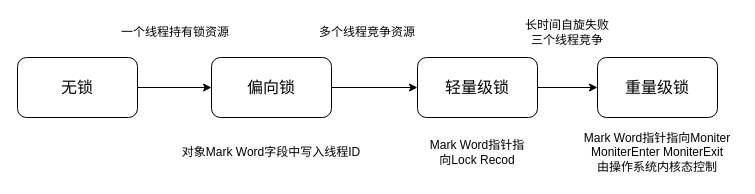
Above: Java锁.drawio in 1155200424/diagrams (draw.io), before the change. Source tidied: cells renumbered, new cells numbered last; positions are measured from the earlier drawing's top-left corner, leaving out a move shared by most shapes. Both pictures are drawn from the tidied source at 100%, with x=0, y=0 at pixel (17, 17).
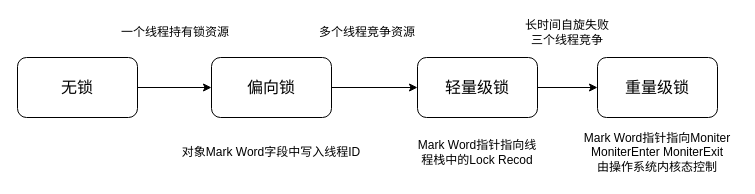
The same page after the edit.

What changed in the source:
```diff
@@
 <mxGraphModel>
   <root>
     <mxCell id="0" />
     <mxCell id="1" parent="0" />
     <mxCell id="2" style="edgeStyle=orthogonalEdgeStyle;rounded=0;jettySize=auto;html=1;exitX=1;exitY=0.5;exitDx=0;exitDy=0;" parent="1" edge="1" source="3" target="5">
       <mxGeometry relative="1" as="geometry" />
     </mxCell>
     <mxCell id="3" value="无锁" style="rounded=1;whiteSpace=wrap;html=1;fontSize=16;" parent="1" vertex="1">
       <mxGeometry y="40" width="120" height="60" as="geometry" />
     </mxCell>
     <mxCell id="4" style="edgeStyle=orthogonalEdgeStyle;rounded=0;jettySize=auto;html=1;exitX=1;exitY=0.5;exitDx=0;exitDy=0;" parent="1" edge="1" source="5" target="7">
       <mxGeometry relative="1" as="geometry" />
     </mxCell>
     <mxCell id="5" value="偏向锁" style="rounded=1;whiteSpace=wrap;html=1;fontSize=16;" parent="1" vertex="1">
       <mxGeometry x="194" y="40" width="120" height="60" as="geometry" />
     </mxCell>
     <mxCell id="6" style="edgeStyle=orthogonalEdgeStyle;rounded=0;jettySize=auto;html=1;exitX=1;exitY=0.5;exitDx=0;exitDy=0;" parent="1" edge="1" source="7" target="8">
       <mxGeometry relative="1" as="geometry" />
     </mxCell>
     <mxCell id="7" value="轻量级锁" style="rounded=1;whiteSpace=wrap;html=1;fontSize=16;" parent="1" vertex="1">
       <mxGeometry x="400" y="40" width="120" height="60" as="geometry" />
     </mxCell>
     <mxCell id="8" value="重量级锁" style="rounded=1;whiteSpace=wrap;html=1;fontSize=16;" parent="1" vertex="1">
       <mxGeometry x="580" y="40" width="120" height="60" as="geometry" />
     </mxCell>
     <mxCell id="9" value="一个线程持有锁资源" style="text;html=1;align=center;verticalAlign=middle;whiteSpace=wrap;rounded=0;" parent="1" vertex="1">
       <mxGeometry x="100" width="116" height="30" as="geometry" />
     </mxCell>
     <mxCell id="10" value="对象Mark Word字段中写入线程ID" style="text;html=1;align=center;verticalAlign=middle;whiteSpace=wrap;rounded=0;" parent="1" vertex="1">
       <mxGeometry x="162" y="120" width="184" height="30" as="geometry" />
     </mxCell>
     <mxCell id="11" value="多个线程竞争资源" style="text;html=1;align=center;verticalAlign=middle;whiteSpace=wrap;rounded=0;" parent="1" vertex="1">
       <mxGeometry x="300" width="100" height="30" as="geometry" />
     </mxCell>
-    <mxCell id="12" value="Mark Word指针指向Lock Recod" style="text;html=1;align=center;verticalAlign=middle;whiteSpace=wrap;rounded=0;" parent="1" vertex="1">
-      <mxGeometry x="410" y="120" width="100" height="30" as="geometry" />
+    <mxCell id="12" value="Mark Word指针指向线程栈中的Lock Recod" style="text;html=1;align=center;verticalAlign=middle;whiteSpace=wrap;rounded=0;" parent="1" vertex="1">
+      <mxGeometry x="395" y="120" width="130" height="30" as="geometry" />
     </mxCell>
     <mxCell id="13" value="长时间自旋失败&lt;div&gt;三个线程竞争&lt;/div&gt;" style="text;html=1;align=center;verticalAlign=middle;whiteSpace=wrap;rounded=0;" parent="1" vertex="1">
       <mxGeometry x="500" width="100" height="30" as="geometry" />
     </mxCell>
     <mxCell id="14" value="Mark Word指针指向Moniter&lt;div&gt;MoniterEnter MoniterExit&lt;/div&gt;&lt;div&gt;由操作系统内核态控制&lt;/div&gt;" style="text;html=1;align=center;verticalAlign=middle;whiteSpace=wrap;rounded=0;" parent="1" vertex="1">
       <mxGeometry x="560" y="110" width="160" height="50" as="geometry" />
     </mxCell>
   </root>
 </mxGraphModel>
```
